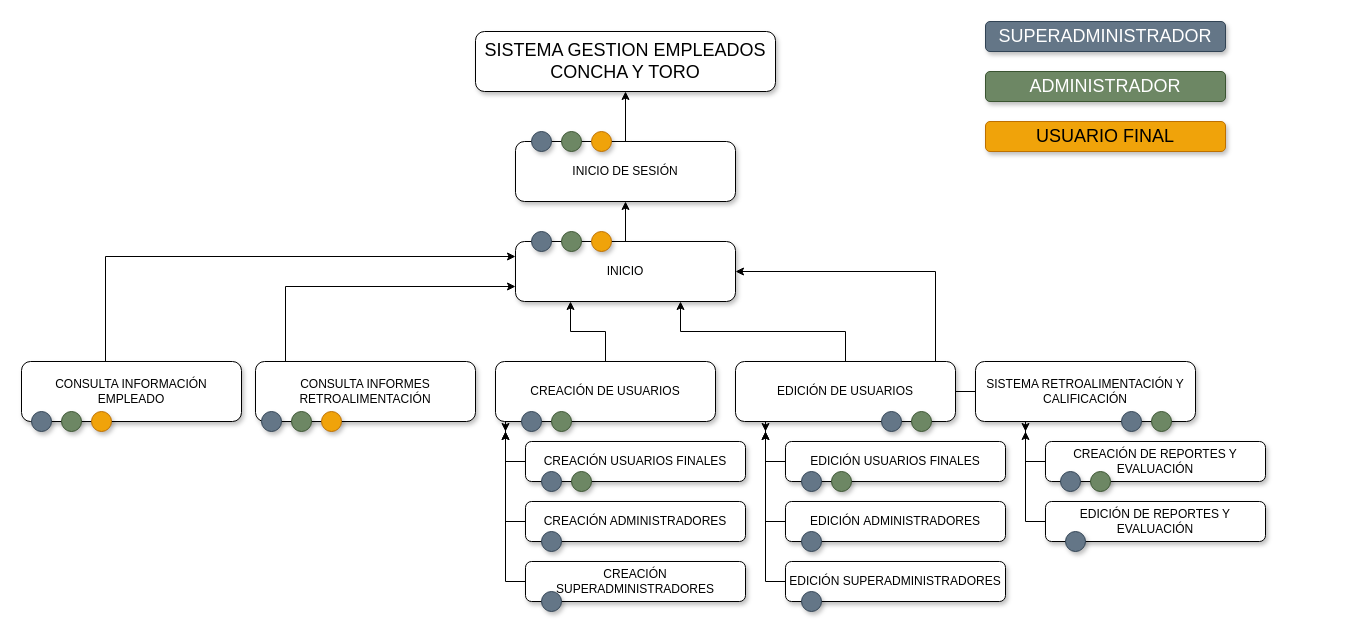
Before: MAPA_NAVEGABILIDAD.drawio in jpml1771/Grupo12_2113, a draw.io diagram. Source tidied: cells renumbered, new cells numbered last; positions are measured from the earlier drawing's top-left corner, leaving out a move shared by most shapes. Both pictures are drawn from the tidied source at 100%, with x=0, y=0 at pixel (21, 21).
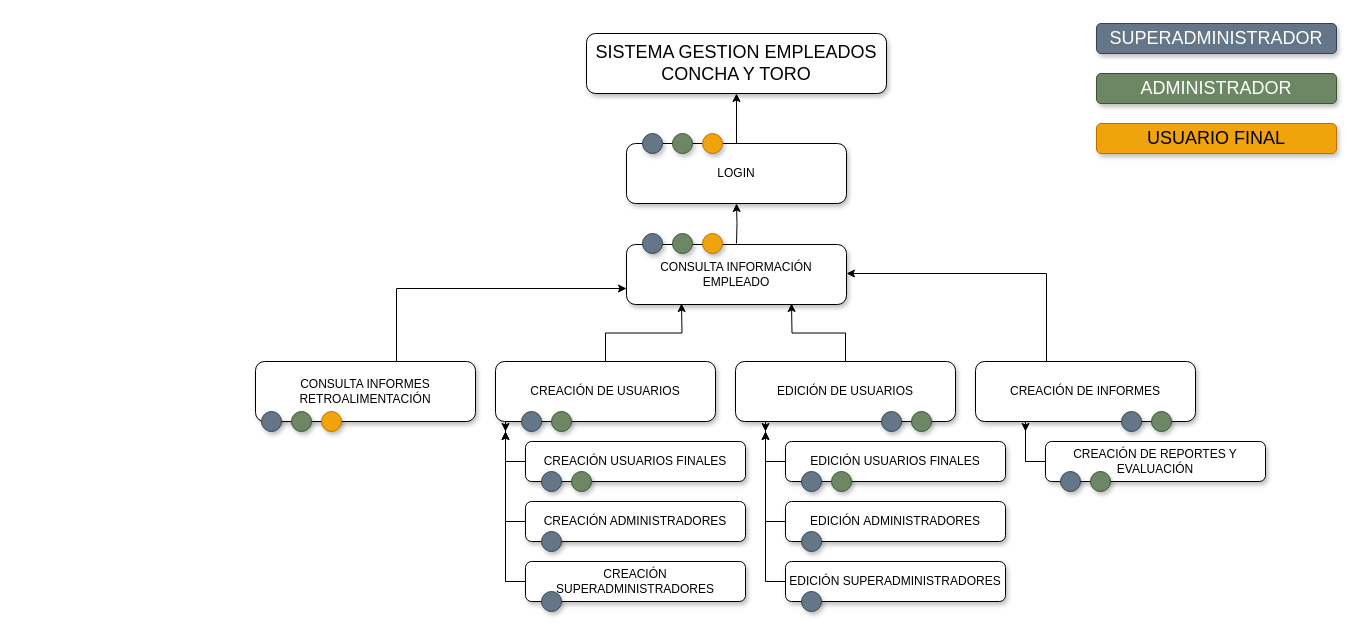
The same diagram, later.

The change refers to these unchanged cells:
```xml
<mxCell id="12" value="CREACIÓN DE USUARIOS" style="rounded=1;whiteSpace=wrap;html=1;shadow=1;gradientDirection=east;" parent="1" vertex="1">
  <mxGeometry x="474" y="340" width="220" height="60" as="geometry" />
</mxCell>
<mxCell id="14" value="EDICIÓN DE USUARIOS" style="rounded=1;whiteSpace=wrap;html=1;shadow=1;gradientDirection=east;" parent="1" vertex="1">
  <mxGeometry x="714" y="340" width="220" height="60" as="geometry" />
</mxCell>
<mxCell id="16" value="CONSULTA INFORMES RETROALIMENTACIÓN" style="rounded=1;whiteSpace=wrap;html=1;shadow=1;" parent="1" vertex="1">
  <mxGeometry x="234" y="340" width="220" height="60" as="geometry" />
</mxCell>
```

Change to the diagram source:
```diff
@@
     <mxCell id="2" value="&lt;font style=&quot;font-size: 18px;&quot;&gt;SISTEMA GESTION EMPLEADOS CONCHA Y TORO&lt;/font&gt;" style="rounded=1;whiteSpace=wrap;html=1;glass=0;shadow=1;sketch=0;" parent="1" vertex="1">
-      <mxGeometry x="454" y="10" width="300" height="60" as="geometry" />
+      <mxGeometry x="565" y="12" width="300" height="60" as="geometry" />
     </mxCell>
@@
-    <mxCell id="4" value="INICIO DE SESIÓN" style="rounded=1;whiteSpace=wrap;html=1;shadow=1;" parent="1" vertex="1">
-      <mxGeometry x="494" y="120" width="220" height="60" as="geometry" />
+    <mxCell id="4" value="LOGIN" style="rounded=1;whiteSpace=wrap;html=1;shadow=1;" parent="1" vertex="1">
+      <mxGeometry x="605" y="122" width="220" height="60" as="geometry" />
     </mxCell>
-    <mxCell id="5" style="edgeStyle=orthogonalEdgeStyle;rounded=0;jettySize=auto;html=1;entryX=0.5;entryY=1;entryDx=0;entryDy=0;" parent="1" edge="1" source="6" target="4">
-      <mxGeometry relative="1" as="geometry" />
+    <mxCell id="5" style="edgeStyle=orthogonalEdgeStyle;rounded=0;jettySize=auto;html=1;entryX=0.5;entryY=1;entryDx=0;entryDy=0;" parent="1" edge="1" target="4">
+      <mxGeometry relative="1" as="geometry">
+        <mxPoint x="715" y="222" as="sourcePoint" />
+      </mxGeometry>
     </mxCell>
-    <mxCell id="6" value="INICIO" style="rounded=1;whiteSpace=wrap;html=1;shadow=1;" parent="1" vertex="1">
-      <mxGeometry x="494" y="220" width="220" height="60" as="geometry" />
-    </mxCell>
-    <mxCell id="7" style="edgeStyle=orthogonalEdgeStyle;rounded=0;jettySize=auto;html=1;entryX=1;entryY=0.5;entryDx=0;entryDy=0;" parent="1" edge="1" source="8" target="6">
+    <mxCell id="7" style="edgeStyle=orthogonalEdgeStyle;rounded=0;jettySize=auto;html=1;entryX=1;entryY=0.5;entryDx=0;entryDy=0;" parent="1" edge="1" source="8">
       <mxGeometry relative="1" as="geometry">
+        <mxPoint x="825" y="252" as="targetPoint" />
         <Array as="points">
-          <mxPoint x="914" y="250" />
+          <mxPoint x="1025" y="252" />
         </Array>
       </mxGeometry>
     </mxCell>
-    <mxCell id="8" value="SISTEMA RETROALIMENTACIÓN Y CALIFICACIÓN" style="rounded=1;whiteSpace=wrap;html=1;shadow=1;" parent="1" vertex="1">
+    <mxCell id="8" value="CREACIÓN DE INFORMES" style="rounded=1;whiteSpace=wrap;html=1;shadow=1;" parent="1" vertex="1">
       <mxGeometry x="954" y="340" width="220" height="60" as="geometry" />
     </mxCell>
-    <mxCell id="9" style="edgeStyle=orthogonalEdgeStyle;rounded=0;jettySize=auto;html=1;entryX=0;entryY=0.25;entryDx=0;entryDy=0;" parent="1" edge="1" source="10" target="6">
-      <mxGeometry relative="1" as="geometry">
-        <Array as="points">
-          <mxPoint x="84" y="235" />
-        </Array>
-      </mxGeometry>
-    </mxCell>
     <mxCell id="10" value="CONSULTA INFORMACIÓN EMPLEADO" style="rounded=1;whiteSpace=wrap;html=1;shadow=1;" parent="1" vertex="1">
-      <mxGeometry y="340" width="220" height="60" as="geometry" />
+      <mxGeometry x="605" y="223" width="220" height="60" as="geometry" />
     </mxCell>
-    <mxCell id="11" style="edgeStyle=orthogonalEdgeStyle;rounded=0;jettySize=auto;html=1;entryX=0.25;entryY=1;entryDx=0;entryDy=0;" parent="1" edge="1" source="12" target="6">
-      <mxGeometry relative="1" as="geometry" />
+    <mxCell id="11" style="edgeStyle=orthogonalEdgeStyle;rounded=0;jettySize=auto;html=1;entryX=0.25;entryY=1;entryDx=0;entryDy=0;" parent="1" edge="1" source="12">
+      <mxGeometry relative="1" as="geometry">
+        <mxPoint x="660" y="282" as="targetPoint" />
+      </mxGeometry>
     </mxCell>
@@
-    <mxCell id="13" style="edgeStyle=orthogonalEdgeStyle;rounded=0;jettySize=auto;html=1;entryX=0.75;entryY=1;entryDx=0;entryDy=0;" parent="1" edge="1" source="14" target="6">
-      <mxGeometry relative="1" as="geometry" />
+    <mxCell id="13" style="edgeStyle=orthogonalEdgeStyle;rounded=0;jettySize=auto;html=1;entryX=0.75;entryY=1;entryDx=0;entryDy=0;" parent="1" edge="1" source="14">
+      <mxGeometry relative="1" as="geometry">
+        <mxPoint x="770" y="282" as="targetPoint" />
+      </mxGeometry>
     </mxCell>
@@
-    <mxCell id="15" style="edgeStyle=orthogonalEdgeStyle;rounded=0;jettySize=auto;html=1;entryX=0;entryY=0.75;entryDx=0;entryDy=0;fontSize=18;" parent="1" edge="1" source="16" target="6">
+    <mxCell id="15" style="edgeStyle=orthogonalEdgeStyle;rounded=0;jettySize=auto;html=1;entryX=0;entryY=0.75;entryDx=0;entryDy=0;fontSize=18;" parent="1" edge="1" source="16">
       <mxGeometry relative="1" as="geometry">
+        <mxPoint x="605" y="267" as="targetPoint" />
         <Array as="points">
-          <mxPoint x="264" y="265" />
+          <mxPoint x="375" y="267" />
         </Array>
       </mxGeometry>
     </mxCell>
@@
     <mxCell id="29" value="SUPERADMINISTRADOR" style="rounded=1;whiteSpace=wrap;html=1;shadow=1;glass=0;sketch=0;fontSize=18;fillColor=#647687;strokeColor=#314354;fontColor=#ffffff;" parent="1" vertex="1">
-      <mxGeometry x="964" width="240" height="30" as="geometry" />
+      <mxGeometry x="1075" y="2" width="240" height="30" as="geometry" />
     </mxCell>
     <mxCell id="30" value="ADMINISTRADOR" style="rounded=1;whiteSpace=wrap;html=1;shadow=1;glass=0;sketch=0;fontSize=18;fillColor=#6d8764;strokeColor=#3A5431;fontColor=#ffffff;" parent="1" vertex="1">
-      <mxGeometry x="964" y="50" width="240" height="30" as="geometry" />
+      <mxGeometry x="1075" y="52" width="240" height="30" as="geometry" />
     </mxCell>
     <mxCell id="31" value="USUARIO FINAL" style="rounded=1;whiteSpace=wrap;html=1;shadow=1;glass=0;sketch=0;fontSize=18;fillColor=#f0a30a;strokeColor=#BD7000;fontColor=#000000;" parent="1" vertex="1">
-      <mxGeometry x="964" y="100" width="240" height="30" as="geometry" />
+      <mxGeometry x="1075" y="102" width="240" height="30" as="geometry" />
     </mxCell>
@@
-    <mxCell id="34" style="edgeStyle=orthogonalEdgeStyle;rounded=0;jettySize=auto;html=1;fontSize=18;" parent="1" edge="1" source="35">
-      <mxGeometry relative="1" as="geometry">
-        <mxPoint x="1004" y="410" as="targetPoint" />
-      </mxGeometry>
-    </mxCell>
-    <mxCell id="35" value="EDICIÓN DE REPORTES Y EVALUACIÓN" style="rounded=1;whiteSpace=wrap;html=1;shadow=1;gradientDirection=east;" parent="1" vertex="1">
-      <mxGeometry x="1024" y="480" width="220" height="40" as="geometry" />
-    </mxCell>
-    <mxCell id="36" style="ellipse;whiteSpace=wrap;html=1;rounded=1;shadow=1;glass=0;sketch=0;fontSize=18;fillColor=#647687;gradientDirection=east;strokeColor=#314354;fontColor=#ffffff;" parent="1" vertex="1">
-      <mxGeometry x="10" y="390" width="20" height="20" as="geometry" />
-    </mxCell>
-    <mxCell id="37" style="ellipse;whiteSpace=wrap;html=1;rounded=1;shadow=1;glass=0;sketch=0;fontSize=18;fillColor=#6d8764;gradientDirection=east;strokeColor=#3A5431;fontColor=#ffffff;" parent="1" vertex="1">
-      <mxGeometry x="40" y="390" width="20" height="20" as="geometry" />
-    </mxCell>
-    <mxCell id="38" style="ellipse;whiteSpace=wrap;html=1;rounded=1;shadow=1;glass=0;sketch=0;fontSize=18;fillColor=#f0a30a;gradientDirection=east;strokeColor=#BD7000;fontColor=#000000;" parent="1" vertex="1">
-      <mxGeometry x="70" y="390" width="20" height="20" as="geometry" />
-    </mxCell>
@@
-    <mxCell id="58" style="ellipse;whiteSpace=wrap;html=1;rounded=1;shadow=1;glass=0;sketch=0;fontSize=18;fillColor=#647687;gradientDirection=east;strokeColor=#314354;fontColor=#ffffff;" parent="1" vertex="1">
-      <mxGeometry x="1044" y="510" width="20" height="20" as="geometry" />
-    </mxCell>
     <mxCell id="59" style="ellipse;whiteSpace=wrap;html=1;rounded=1;shadow=1;glass=0;sketch=0;fontSize=18;fillColor=#647687;gradientDirection=east;strokeColor=#314354;fontColor=#ffffff;" parent="1" vertex="1">
-      <mxGeometry x="510" y="210" width="20" height="20" as="geometry" />
+      <mxGeometry x="621" y="212" width="20" height="20" as="geometry" />
     </mxCell>
     <mxCell id="60" style="ellipse;whiteSpace=wrap;html=1;rounded=1;shadow=1;glass=0;sketch=0;fontSize=18;fillColor=#6d8764;gradientDirection=east;strokeColor=#3A5431;fontColor=#ffffff;" parent="1" vertex="1">
-      <mxGeometry x="540" y="210" width="20" height="20" as="geometry" />
+      <mxGeometry x="651" y="212" width="20" height="20" as="geometry" />
     </mxCell>
     <mxCell id="61" style="ellipse;whiteSpace=wrap;html=1;rounded=1;shadow=1;glass=0;sketch=0;fontSize=18;fillColor=#f0a30a;gradientDirection=east;strokeColor=#BD7000;fontColor=#000000;" parent="1" vertex="1">
-      <mxGeometry x="570" y="210" width="20" height="20" as="geometry" />
+      <mxGeometry x="681" y="212" width="20" height="20" as="geometry" />
     </mxCell>
     <mxCell id="62" style="ellipse;whiteSpace=wrap;html=1;rounded=1;shadow=1;glass=0;sketch=0;fontSize=18;fillColor=#647687;gradientDirection=east;strokeColor=#314354;fontColor=#ffffff;" parent="1" vertex="1">
-      <mxGeometry x="510" y="110" width="20" height="20" as="geometry" />
+      <mxGeometry x="621" y="112" width="20" height="20" as="geometry" />
     </mxCell>
     <mxCell id="63" style="ellipse;whiteSpace=wrap;html=1;rounded=1;shadow=1;glass=0;sketch=0;fontSize=18;fillColor=#6d8764;gradientDirection=east;strokeColor=#3A5431;fontColor=#ffffff;" parent="1" vertex="1">
-      <mxGeometry x="540" y="110" width="20" height="20" as="geometry" />
+      <mxGeometry x="651" y="112" width="20" height="20" as="geometry" />
     </mxCell>
     <mxCell id="64" style="ellipse;whiteSpace=wrap;html=1;rounded=1;shadow=1;glass=0;sketch=0;fontSize=18;fillColor=#f0a30a;gradientDirection=east;strokeColor=#BD7000;fontColor=#000000;" parent="1" vertex="1">
-      <mxGeometry x="570" y="110" width="20" height="20" as="geometry" />
+      <mxGeometry x="681" y="112" width="20" height="20" as="geometry" />
     </mxCell>
```
